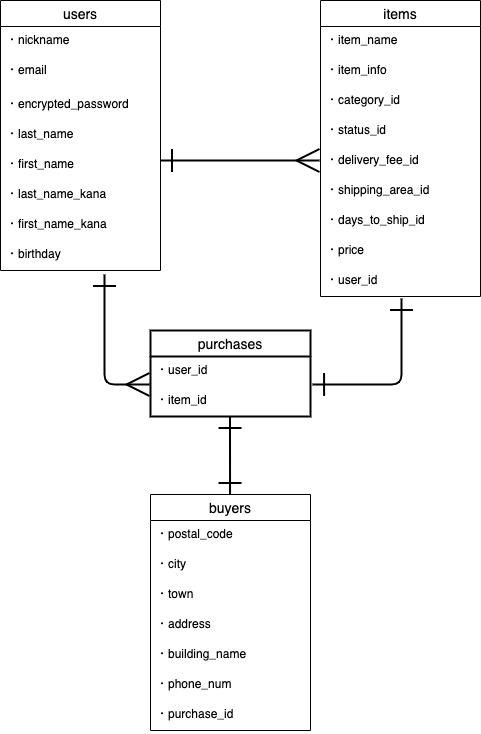
Above: .drawio.png in spice-wasabi/furima-31827 (draw.io), before the change. Source tidied: cells renumbered, new cells last; positions are measured from the earlier drawing's top-left corner, leaving out a move shared by most shapes.
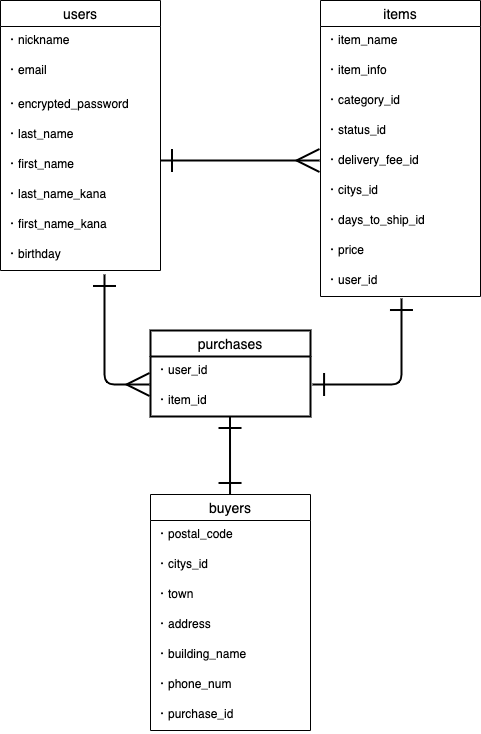
After the commit.

The edit, as a diff of the source:
```diff
@@ -47,7 +47,7 @@
     <mxCell id="16" value="・delivery_fee_id" style="text;strokeColor=none;fillColor=none;spacingLeft=4;spacingRight=4;overflow=hidden;fontSize=12;" parent="11" vertex="1">
       <mxGeometry y="146" width="160" height="30" as="geometry" />
     </mxCell>
-    <mxCell id="17" value="・shipping_area_id" style="text;strokeColor=none;fillColor=none;spacingLeft=4;spacingRight=4;overflow=hidden;fontSize=12;" parent="11" vertex="1">
+    <mxCell id="17" value="・citys_id" style="text;strokeColor=none;fillColor=none;spacingLeft=4;spacingRight=4;overflow=hidden;fontSize=12;" parent="11" vertex="1">
       <mxGeometry y="176" width="160" height="30" as="geometry" />
     </mxCell>
     <mxCell id="18" value="・days_to_ship_id" style="text;strokeColor=none;fillColor=none;spacingLeft=4;spacingRight=4;overflow=hidden;fontSize=12;" parent="11" vertex="1">
@@ -100,7 +100,7 @@
     <mxCell id="29" value="・postal_code" style="text;strokeColor=none;fillColor=none;spacingLeft=4;spacingRight=4;overflow=hidden;fontSize=12;" parent="28" vertex="1">
       <mxGeometry y="26" width="160" height="30" as="geometry" />
     </mxCell>
-    <mxCell id="30" value="・city" style="text;strokeColor=none;fillColor=none;spacingLeft=4;spacingRight=4;overflow=hidden;fontSize=12;" parent="28" vertex="1">
+    <mxCell id="30" value="・citys_id" style="text;strokeColor=none;fillColor=none;spacingLeft=4;spacingRight=4;overflow=hidden;fontSize=12;" parent="28" vertex="1">
       <mxGeometry y="56" width="160" height="30" as="geometry" />
     </mxCell>
     <mxCell id="31" value="・town" style="text;strokeColor=none;fillColor=none;spacingLeft=4;spacingRight=4;overflow=hidden;fontSize=12;" parent="28" vertex="1">
```
